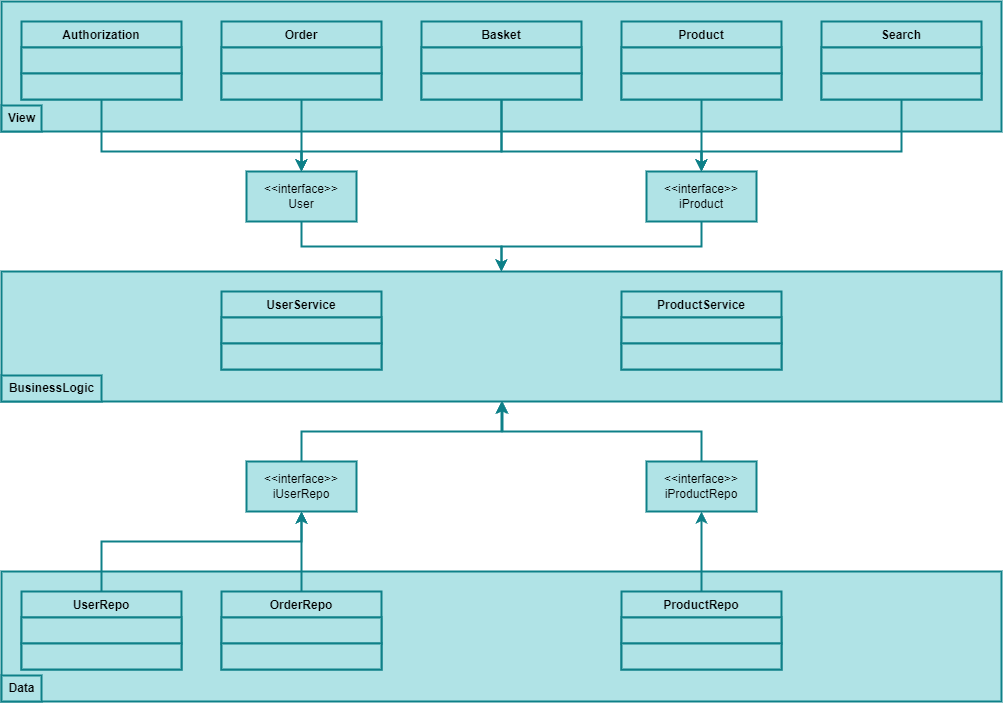
The draw.io diagram hw05/UML.png in PavelVolchenko/SoftwareArchitecture, before a commit. Source tidied: cells renumbered, new cells last; positions are measured from the earlier drawing's top-left corner, leaving out a move shared by most shapes.
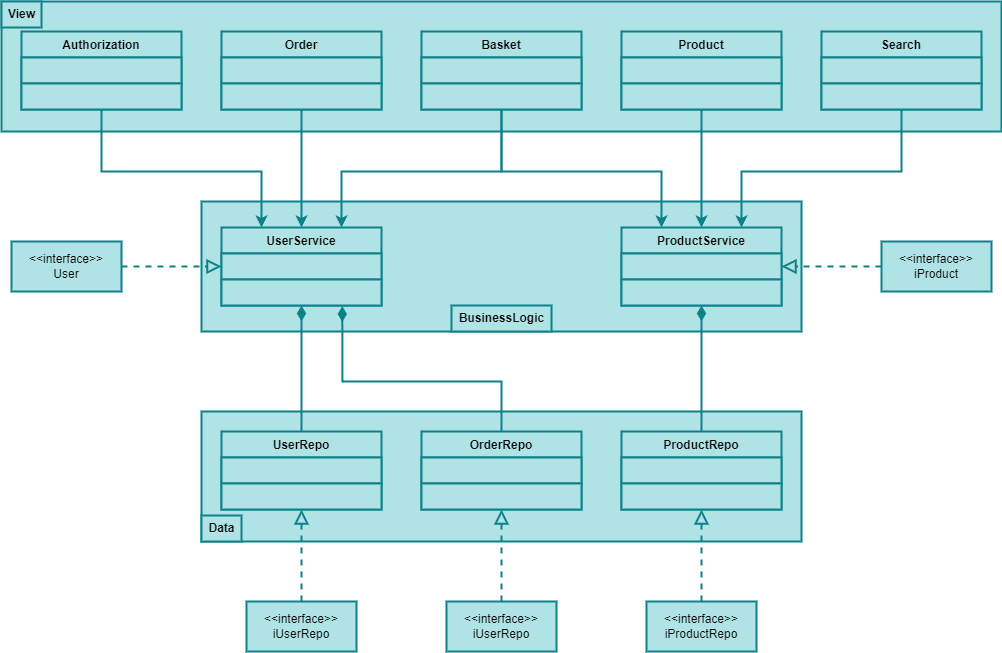
Later version of the same file.

Diff of the diagram source:
```diff
@@ -7,15 +7,21 @@
     </mxCell>
+    <mxCell id="29" style="html=1;whiteSpace=wrap;fillColor=#b0e3e6;strokeColor=#0e8088;strokeWidth=2;shadow=0;glass=0;rounded=0;imageAspect=1;fillOpacity=100;" parent="1" vertex="1">
+      <mxGeometry x="200" y="200" width="600" height="130" as="geometry" />
+    </mxCell>
+    <mxCell id="37" style="html=1;whiteSpace=wrap;fillColor=#b0e3e6;strokeColor=#0e8088;strokeWidth=2;" parent="1" vertex="1">
+      <mxGeometry x="200" y="410" width="600" height="130" as="geometry" />
+    </mxCell>
     <mxCell id="3" value="View" style="text;align=center;fontStyle=1;verticalAlign=middle;spacingLeft=3;spacingRight=3;strokeColor=#0e8088;html=1;fillColor=#b0e3e6;strokeWidth=2;" parent="1" vertex="1">
-      <mxGeometry y="104" width="40" height="26" as="geometry" />
+      <mxGeometry width="40" height="26" as="geometry" />
     </mxCell>
-    <mxCell id="4" style="edgeStyle=orthogonalEdgeStyle;rounded=0;jettySize=auto;html=1;entryX=0.5;entryY=0;entryDx=0;entryDy=0;fillColor=#b0e3e6;strokeColor=#0e8088;strokeWidth=2;" parent="1" edge="1" source="5" target="28">
-      <mxGeometry relative="1" as="geometry">
-        <Array as="points">
-          <mxPoint x="100" y="150" />
-          <mxPoint x="300" y="150" />
-        </Array>
-      </mxGeometry>
-    </mxCell>
+    <mxCell id="55" style="edgeStyle=orthogonalEdgeStyle;rounded=0;jettySize=auto;html=1;entryX=0.25;entryY=0;entryDx=0;entryDy=0;fillColor=#b0e3e6;strokeColor=#0e8088;strokeWidth=2;" parent="1" edge="1" source="5" target="31">
+      <mxGeometry relative="1" as="geometry">
+        <Array as="points">
+          <mxPoint x="100" y="170" />
+          <mxPoint x="260" y="170" />
+        </Array>
+      </mxGeometry>
+    </mxCell>
     <mxCell id="5" value="Authorization" style="swimlane;fontStyle=1;align=center;verticalAlign=top;horizontal=1;startSize=26;whiteSpace=wrap;html=1;fillColor=#b0e3e6;strokeColor=#0e8088;strokeWidth=2;" parent="1" vertex="1">
-      <mxGeometry x="20" y="20" width="160" height="78" as="geometry" />
+      <mxGeometry x="20" y="30" width="160" height="78" as="geometry" />
     </mxCell>
@@ -27,9 +33,7 @@
     </mxCell>
-    <mxCell id="8" style="edgeStyle=orthogonalEdgeStyle;rounded=0;jettySize=auto;html=1;fillColor=#b0e3e6;strokeColor=#0e8088;strokeWidth=2;" parent="1" edge="1" source="9">
-      <mxGeometry relative="1" as="geometry">
-        <mxPoint x="300" y="170" as="targetPoint" />
-      </mxGeometry>
-    </mxCell>
+    <mxCell id="56" style="edgeStyle=orthogonalEdgeStyle;rounded=0;jettySize=auto;html=1;entryX=0.5;entryY=0;entryDx=0;entryDy=0;strokeWidth=2;fillColor=#b0e3e6;strokeColor=#0e8088;" parent="1" edge="1" source="9" target="31">
+      <mxGeometry relative="1" as="geometry" />
+    </mxCell>
     <mxCell id="9" value="Order" style="swimlane;fontStyle=1;align=center;verticalAlign=top;horizontal=1;startSize=26;whiteSpace=wrap;html=1;fillColor=#b0e3e6;strokeColor=#0e8088;strokeWidth=2;" parent="1" vertex="1">
-      <mxGeometry x="220" y="20" width="160" height="78" as="geometry" />
+      <mxGeometry x="220" y="30" width="160" height="78" as="geometry" />
     </mxCell>
@@ -41,20 +45,20 @@
     </mxCell>
-    <mxCell id="12" style="edgeStyle=orthogonalEdgeStyle;rounded=0;jettySize=auto;html=1;fillColor=#b0e3e6;strokeColor=#0e8088;strokeWidth=2;" parent="1" edge="1" source="14" target="28">
-      <mxGeometry relative="1" as="geometry">
-        <Array as="points">
-          <mxPoint x="500" y="150" />
-          <mxPoint x="300" y="150" />
-        </Array>
-      </mxGeometry>
-    </mxCell>
-    <mxCell id="13" style="edgeStyle=orthogonalEdgeStyle;rounded=0;jettySize=auto;html=1;fillColor=#b0e3e6;strokeColor=#0e8088;strokeWidth=2;" parent="1" edge="1" source="14" target="26">
-      <mxGeometry relative="1" as="geometry">
-        <Array as="points">
-          <mxPoint x="500" y="150" />
-          <mxPoint x="700" y="150" />
-        </Array>
-      </mxGeometry>
-    </mxCell>
+    <mxCell id="57" style="edgeStyle=orthogonalEdgeStyle;rounded=0;jettySize=auto;html=1;entryX=0.75;entryY=0;entryDx=0;entryDy=0;fillColor=#b0e3e6;strokeColor=#0e8088;strokeWidth=2;" parent="1" edge="1" source="14" target="31">
+      <mxGeometry relative="1" as="geometry">
+        <Array as="points">
+          <mxPoint x="500" y="170" />
+          <mxPoint x="340" y="170" />
+        </Array>
+      </mxGeometry>
+    </mxCell>
+    <mxCell id="58" style="edgeStyle=orthogonalEdgeStyle;rounded=0;jettySize=auto;html=1;entryX=0.25;entryY=0;entryDx=0;entryDy=0;fillColor=#b0e3e6;strokeColor=#0e8088;strokeWidth=2;" parent="1" edge="1" source="14" target="34">
+      <mxGeometry relative="1" as="geometry">
+        <Array as="points">
+          <mxPoint x="500" y="170" />
+          <mxPoint x="660" y="170" />
+        </Array>
+      </mxGeometry>
+    </mxCell>
     <mxCell id="14" value="Basket" style="swimlane;fontStyle=1;align=center;verticalAlign=top;horizontal=1;startSize=26;whiteSpace=wrap;html=1;fillColor=#b0e3e6;strokeColor=#0e8088;strokeWidth=2;" parent="1" vertex="1">
-      <mxGeometry x="420" y="20" width="160" height="78" as="geometry" />
+      <mxGeometry x="420" y="30" width="160" height="78" as="geometry" />
     </mxCell>
@@ -66,9 +70,7 @@
     </mxCell>
-    <mxCell id="17" style="edgeStyle=orthogonalEdgeStyle;rounded=0;jettySize=auto;html=1;fillColor=#b0e3e6;strokeColor=#0e8088;strokeWidth=2;" parent="1" edge="1" source="18">
-      <mxGeometry relative="1" as="geometry">
-        <mxPoint x="700" y="170" as="targetPoint" />
-      </mxGeometry>
-    </mxCell>
+    <mxCell id="59" style="edgeStyle=orthogonalEdgeStyle;rounded=0;jettySize=auto;html=1;entryX=0.5;entryY=0;entryDx=0;entryDy=0;strokeWidth=2;fillColor=#b0e3e6;strokeColor=#0e8088;" parent="1" edge="1" source="18" target="34">
+      <mxGeometry relative="1" as="geometry" />
+    </mxCell>
     <mxCell id="18" value="Product" style="swimlane;fontStyle=1;align=center;verticalAlign=top;horizontal=1;startSize=26;whiteSpace=wrap;html=1;fillColor=#b0e3e6;strokeColor=#0e8088;strokeWidth=2;" parent="1" vertex="1">
-      <mxGeometry x="620" y="20" width="160" height="78" as="geometry" />
+      <mxGeometry x="620" y="30" width="160" height="78" as="geometry" />
     </mxCell>
@@ -80,12 +82,12 @@
     </mxCell>
-    <mxCell id="21" style="edgeStyle=orthogonalEdgeStyle;rounded=0;jettySize=auto;html=1;entryX=0.5;entryY=0;entryDx=0;entryDy=0;fillColor=#b0e3e6;strokeColor=#0e8088;strokeWidth=2;" parent="1" edge="1" source="22" target="26">
-      <mxGeometry relative="1" as="geometry">
-        <Array as="points">
-          <mxPoint x="900" y="150" />
-          <mxPoint x="700" y="150" />
-        </Array>
-      </mxGeometry>
-    </mxCell>
+    <mxCell id="60" style="edgeStyle=orthogonalEdgeStyle;rounded=0;jettySize=auto;html=1;entryX=0.75;entryY=0;entryDx=0;entryDy=0;fillColor=#b0e3e6;strokeColor=#0e8088;strokeWidth=2;" parent="1" edge="1" source="22" target="34">
+      <mxGeometry relative="1" as="geometry">
+        <Array as="points">
+          <mxPoint x="900" y="170" />
+          <mxPoint x="740" y="170" />
+        </Array>
+      </mxGeometry>
+    </mxCell>
     <mxCell id="22" value="Search" style="swimlane;fontStyle=1;align=center;verticalAlign=top;horizontal=1;startSize=26;whiteSpace=wrap;html=1;fillColor=#b0e3e6;strokeColor=#0e8088;strokeWidth=2;" parent="1" vertex="1">
-      <mxGeometry x="820" y="20" width="160" height="78" as="geometry" />
+      <mxGeometry x="820" y="30" width="160" height="78" as="geometry" />
     </mxCell>
@@ -97,22 +99,19 @@
     </mxCell>
-    <mxCell id="25" style="edgeStyle=orthogonalEdgeStyle;rounded=0;jettySize=auto;html=1;fillColor=#b0e3e6;strokeColor=#0e8088;strokeWidth=2;" parent="1" edge="1" source="26" target="29">
-      <mxGeometry relative="1" as="geometry" />
-    </mxCell>
+    <mxCell id="61" style="edgeStyle=orthogonalEdgeStyle;rounded=0;jettySize=auto;html=1;entryX=1;entryY=0.5;entryDx=0;entryDy=0;endArrow=block;endFill=0;dashed=1;strokeWidth=2;endSize=10;fillColor=#b0e3e6;strokeColor=#0e8088;" parent="1" edge="1" source="26" target="34">
+      <mxGeometry relative="1" as="geometry" />
+    </mxCell>
     <mxCell id="26" value="&amp;lt;&amp;lt;interface&amp;gt;&amp;gt;&lt;br&gt;iProduct" style="html=1;whiteSpace=wrap;fillColor=#b0e3e6;strokeColor=#0e8088;strokeWidth=2;" parent="1" vertex="1">
-      <mxGeometry x="645" y="170" width="110" height="50" as="geometry" />
+      <mxGeometry x="880" y="240" width="110" height="50" as="geometry" />
     </mxCell>
-    <mxCell id="27" style="edgeStyle=orthogonalEdgeStyle;rounded=0;jettySize=auto;html=1;fillColor=#b0e3e6;strokeColor=#0e8088;strokeWidth=2;" parent="1" edge="1" source="28" target="29">
-      <mxGeometry relative="1" as="geometry" />
-    </mxCell>
+    <mxCell id="62" style="edgeStyle=orthogonalEdgeStyle;rounded=0;jettySize=auto;html=1;entryX=0;entryY=0.5;entryDx=0;entryDy=0;endArrow=block;endFill=0;dashed=1;strokeWidth=2;endSize=10;fillColor=#b0e3e6;strokeColor=#0e8088;" parent="1" edge="1" source="28" target="32">
+      <mxGeometry relative="1" as="geometry" />
+    </mxCell>
     <mxCell id="28" value="&amp;lt;&amp;lt;interface&amp;gt;&amp;gt;&lt;br&gt;User" style="html=1;whiteSpace=wrap;fillColor=#b0e3e6;strokeColor=#0e8088;strokeWidth=2;" parent="1" vertex="1">
-      <mxGeometry x="245" y="170" width="110" height="50" as="geometry" />
+      <mxGeometry x="10" y="240" width="110" height="50" as="geometry" />
     </mxCell>
-    <mxCell id="29" style="html=1;whiteSpace=wrap;fillColor=#b0e3e6;strokeColor=#0e8088;strokeWidth=2;" parent="1" vertex="1">
-      <mxGeometry y="270" width="1000" height="130" as="geometry" />
-    </mxCell>
     <mxCell id="30" value="BusinessLogic" style="text;align=center;fontStyle=1;verticalAlign=middle;spacingLeft=3;spacingRight=3;strokeColor=#0e8088;html=1;fillColor=#b0e3e6;strokeWidth=2;" parent="1" vertex="1">
-      <mxGeometry y="374" width="100" height="26" as="geometry" />
+      <mxGeometry x="450" y="304" width="100" height="26" as="geometry" />
     </mxCell>
     <mxCell id="31" value="UserService" style="swimlane;fontStyle=1;align=center;verticalAlign=top;horizontal=1;startSize=26;whiteSpace=wrap;html=1;fillColor=#b0e3e6;strokeColor=#0e8088;strokeWidth=2;" parent="1" vertex="1">
-      <mxGeometry x="220" y="290" width="160" height="78" as="geometry" />
+      <mxGeometry x="220" y="226" width="160" height="78" as="geometry" />
     </mxCell>
@@ -125,3 +124,3 @@
     <mxCell id="34" value="ProductService" style="swimlane;fontStyle=1;align=center;verticalAlign=top;horizontal=1;startSize=26;whiteSpace=wrap;html=1;fillColor=#b0e3e6;strokeColor=#0e8088;strokeWidth=2;" parent="1" vertex="1">
-      <mxGeometry x="620" y="290" width="160" height="78" as="geometry" />
+      <mxGeometry x="620" y="226" width="160" height="78" as="geometry" />
     </mxCell>
@@ -133,18 +132,10 @@
     </mxCell>
-    <mxCell id="37" style="html=1;whiteSpace=wrap;fillColor=#b0e3e6;strokeColor=#0e8088;strokeWidth=2;" parent="1" vertex="1">
-      <mxGeometry y="570" width="1000" height="130" as="geometry" />
-    </mxCell>
     <mxCell id="38" value="Data" style="text;align=center;fontStyle=1;verticalAlign=middle;spacingLeft=3;spacingRight=3;strokeColor=#0e8088;html=1;fillColor=#b0e3e6;strokeWidth=2;" parent="1" vertex="1">
-      <mxGeometry y="674" width="40" height="26" as="geometry" />
+      <mxGeometry x="200" y="514" width="40" height="26" as="geometry" />
     </mxCell>
-    <mxCell id="39" style="edgeStyle=orthogonalEdgeStyle;rounded=0;jettySize=auto;html=1;entryX=0.5;entryY=1;entryDx=0;entryDy=0;fillColor=#b0e3e6;strokeColor=#0e8088;strokeWidth=2;" parent="1" edge="1" source="40" target="54">
-      <mxGeometry relative="1" as="geometry">
-        <Array as="points">
-          <mxPoint x="100" y="540" />
-          <mxPoint x="300" y="540" />
-        </Array>
-      </mxGeometry>
-    </mxCell>
+    <mxCell id="63" style="edgeStyle=orthogonalEdgeStyle;rounded=0;jettySize=auto;html=1;entryX=0.5;entryY=1;entryDx=0;entryDy=0;endArrow=diamondThin;endFill=1;strokeWidth=2;endSize=10;fillColor=#b0e3e6;strokeColor=#0e8088;" parent="1" edge="1" source="40" target="31">
+      <mxGeometry relative="1" as="geometry" />
+    </mxCell>
     <mxCell id="40" value="UserRepo" style="swimlane;fontStyle=1;align=center;verticalAlign=top;horizontal=1;startSize=26;whiteSpace=wrap;html=1;fillColor=#b0e3e6;strokeColor=#0e8088;strokeWidth=2;" parent="1" vertex="1">
-      <mxGeometry x="20" y="590" width="160" height="78" as="geometry" />
+      <mxGeometry x="220" y="430" width="160" height="78" as="geometry" />
     </mxCell>
@@ -156,7 +147,4 @@
     </mxCell>
-    <mxCell id="43" style="edgeStyle=orthogonalEdgeStyle;rounded=0;jettySize=auto;html=1;entryX=0.5;entryY=1;entryDx=0;entryDy=0;fillColor=#b0e3e6;strokeColor=#0e8088;strokeWidth=2;" parent="1" edge="1" source="44" target="54">
-      <mxGeometry relative="1" as="geometry" />
-    </mxCell>
     <mxCell id="44" value="OrderRepo" style="swimlane;fontStyle=1;align=center;verticalAlign=top;horizontal=1;startSize=26;whiteSpace=wrap;html=1;fillColor=#b0e3e6;strokeColor=#0e8088;strokeWidth=2;" parent="1" vertex="1">
-      <mxGeometry x="220" y="590" width="160" height="78" as="geometry" />
+      <mxGeometry x="420" y="430" width="160" height="78" as="geometry" />
     </mxCell>
@@ -168,7 +156,7 @@
     </mxCell>
-    <mxCell id="47" style="edgeStyle=orthogonalEdgeStyle;rounded=0;jettySize=auto;html=1;entryX=0.5;entryY=1;entryDx=0;entryDy=0;fillColor=#b0e3e6;strokeColor=#0e8088;strokeWidth=2;" parent="1" edge="1" source="48" target="52">
-      <mxGeometry relative="1" as="geometry" />
-    </mxCell>
+    <mxCell id="64" style="edgeStyle=orthogonalEdgeStyle;rounded=0;jettySize=auto;html=1;entryX=0.5;entryY=1;entryDx=0;entryDy=0;strokeWidth=2;endArrow=diamondThin;endFill=1;endSize=10;fillColor=#b0e3e6;strokeColor=#0e8088;" parent="1" edge="1" source="48" target="34">
+      <mxGeometry relative="1" as="geometry" />
+    </mxCell>
     <mxCell id="48" value="ProductRepo" style="swimlane;fontStyle=1;align=center;verticalAlign=top;horizontal=1;startSize=26;whiteSpace=wrap;html=1;fillColor=#b0e3e6;strokeColor=#0e8088;strokeWidth=2;" parent="1" vertex="1">
-      <mxGeometry x="620" y="590" width="160" height="78" as="geometry" />
+      <mxGeometry x="620" y="430" width="160" height="78" as="geometry" />
     </mxCell>
@@ -180,20 +168,28 @@
     </mxCell>
-    <mxCell id="51" style="edgeStyle=orthogonalEdgeStyle;rounded=0;jettySize=auto;html=1;fillColor=#b0e3e6;strokeColor=#0e8088;strokeWidth=2;" parent="1" edge="1" source="52">
-      <mxGeometry relative="1" as="geometry">
-        <mxPoint x="500" y="400" as="targetPoint" />
-        <Array as="points">
-          <mxPoint x="700" y="430" />
-          <mxPoint x="501" y="430" />
-        </Array>
-      </mxGeometry>
-    </mxCell>
+    <mxCell id="65" style="edgeStyle=orthogonalEdgeStyle;rounded=0;jettySize=auto;html=1;endArrow=block;endFill=0;dashed=1;strokeWidth=2;endSize=10;entryX=0.5;entryY=1;entryDx=0;entryDy=0;fillColor=#b0e3e6;strokeColor=#0e8088;" parent="1" edge="1" source="52" target="48">
+      <mxGeometry relative="1" as="geometry" />
+    </mxCell>
     <mxCell id="52" value="&amp;lt;&amp;lt;interface&amp;gt;&amp;gt;&lt;br&gt;iProductRepo" style="html=1;whiteSpace=wrap;fillColor=#b0e3e6;strokeColor=#0e8088;strokeWidth=2;" parent="1" vertex="1">
-      <mxGeometry x="645" y="460" width="110" height="50" as="geometry" />
+      <mxGeometry x="645" y="600" width="110" height="50" as="geometry" />
     </mxCell>
-    <mxCell id="53" style="edgeStyle=orthogonalEdgeStyle;rounded=0;jettySize=auto;html=1;fillColor=#b0e3e6;strokeColor=#0e8088;strokeWidth=2;" parent="1" edge="1" source="54" target="29">
-      <mxGeometry relative="1" as="geometry" />
-    </mxCell>
+    <mxCell id="66" style="edgeStyle=orthogonalEdgeStyle;rounded=0;jettySize=auto;html=1;entryX=0.5;entryY=1;entryDx=0;entryDy=0;strokeWidth=2;endArrow=block;endFill=0;dashed=1;endSize=10;fillColor=#b0e3e6;strokeColor=#0e8088;" parent="1" edge="1" source="54" target="40">
+      <mxGeometry relative="1" as="geometry" />
+    </mxCell>
     <mxCell id="54" value="&amp;lt;&amp;lt;interface&amp;gt;&amp;gt;&lt;br&gt;iUserRepo" style="html=1;whiteSpace=wrap;fillColor=#b0e3e6;strokeColor=#0e8088;strokeWidth=2;" parent="1" vertex="1">
-      <mxGeometry x="245" y="460" width="110" height="50" as="geometry" />
+      <mxGeometry x="245" y="600" width="110" height="50" as="geometry" />
     </mxCell>
+    <mxCell id="67" style="edgeStyle=orthogonalEdgeStyle;rounded=0;jettySize=auto;html=1;entryX=0.755;entryY=1.021;entryDx=0;entryDy=0;entryPerimeter=0;endArrow=diamondThin;endFill=1;strokeWidth=2;endSize=10;fillColor=#b0e3e6;strokeColor=#0e8088;" parent="1" edge="1" source="44" target="33">
+      <mxGeometry relative="1" as="geometry">
+        <Array as="points">
+          <mxPoint x="500" y="380" />
+          <mxPoint x="341" y="380" />
+        </Array>
+      </mxGeometry>
+    </mxCell>
+    <mxCell id="68" style="edgeStyle=orthogonalEdgeStyle;rounded=0;jettySize=auto;html=1;entryX=0.5;entryY=1;entryDx=0;entryDy=0;strokeWidth=2;endArrow=block;endFill=0;dashed=1;endSize=10;fillColor=#b0e3e6;strokeColor=#0e8088;" parent="1" edge="1" source="69" target="44">
+      <mxGeometry relative="1" as="geometry" />
+    </mxCell>
+    <mxCell id="69" value="&amp;lt;&amp;lt;interface&amp;gt;&amp;gt;&lt;br&gt;iUserRepo" style="html=1;whiteSpace=wrap;fillColor=#b0e3e6;strokeColor=#0e8088;strokeWidth=2;" parent="1" vertex="1">
+      <mxGeometry x="445" y="600" width="110" height="50" as="geometry" />
+    </mxCell>
   </root>
```
